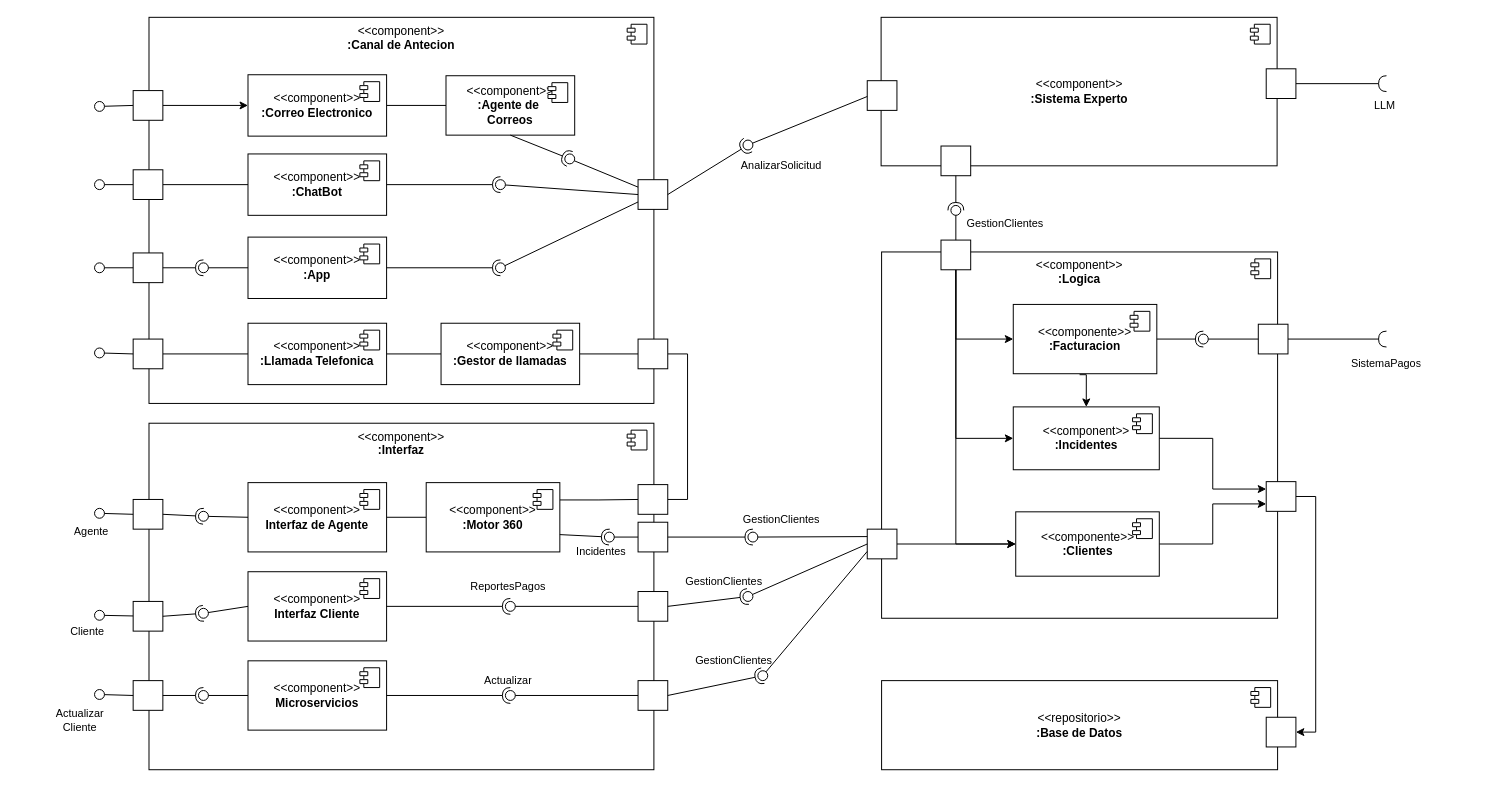
This is diagramas/DiagramaDeComponentes.drawio from ronguito/arquitectura, a draw.io file, before an edit. Source tidied: cells renumbered, new cells numbered last; positions are measured from the earlier drawing's top-left corner, leaving out a move shared by most shapes. Both pictures are drawn from the tidied source at 99%, with x=0, y=0 at pixel (17, 17).
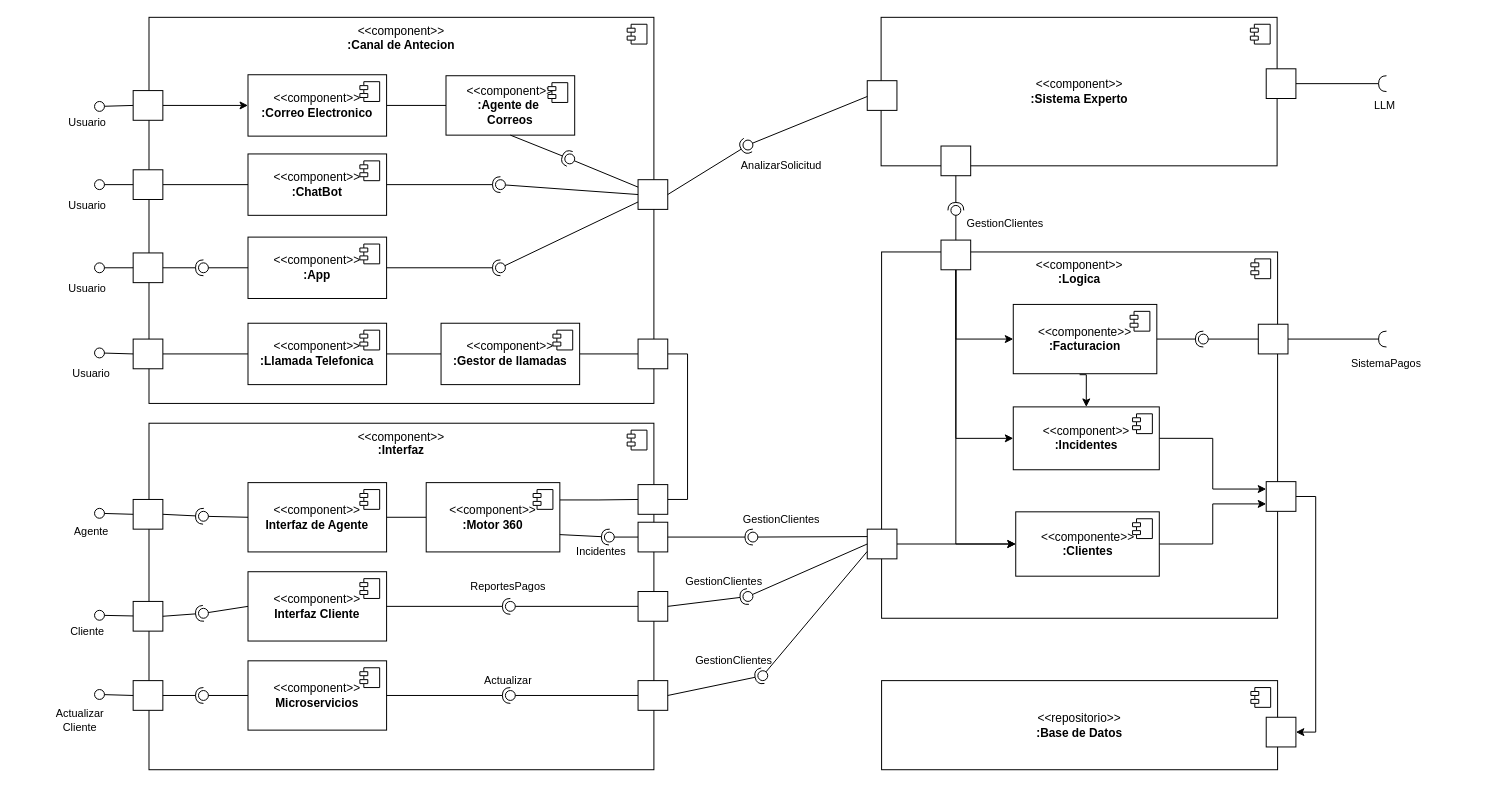
The same page after the edit.

What changed in the source:
```diff
@@
+    <mxCell id="163" value="Usuario" style="text;html=1;strokeColor=none;fillColor=none;align=center;verticalAlign=middle;whiteSpace=wrap;overflow=hidden;fontSize=11;" parent="1" vertex="1">
+      <mxGeometry x="29" y="96" width="84" height="20" as="geometry" />
+    </mxCell>
+    <mxCell id="164" value="Usuario" style="text;html=1;strokeColor=none;fillColor=none;align=center;verticalAlign=middle;whiteSpace=wrap;overflow=hidden;fontSize=11;" parent="1" vertex="1">
+      <mxGeometry x="29" y="180" width="84" height="20" as="geometry" />
+    </mxCell>
+    <mxCell id="165" value="Usuario" style="text;html=1;strokeColor=none;fillColor=none;align=center;verticalAlign=middle;whiteSpace=wrap;overflow=hidden;fontSize=11;" parent="1" vertex="1">
+      <mxGeometry x="29" y="264" width="84" height="20" as="geometry" />
+    </mxCell>
+    <mxCell id="166" value="Usuario" style="text;html=1;strokeColor=none;fillColor=none;align=center;verticalAlign=middle;whiteSpace=wrap;overflow=hidden;fontSize=11;" parent="1" vertex="1">
+      <mxGeometry x="33" y="350" width="84" height="20" as="geometry" />
+    </mxCell>
```
